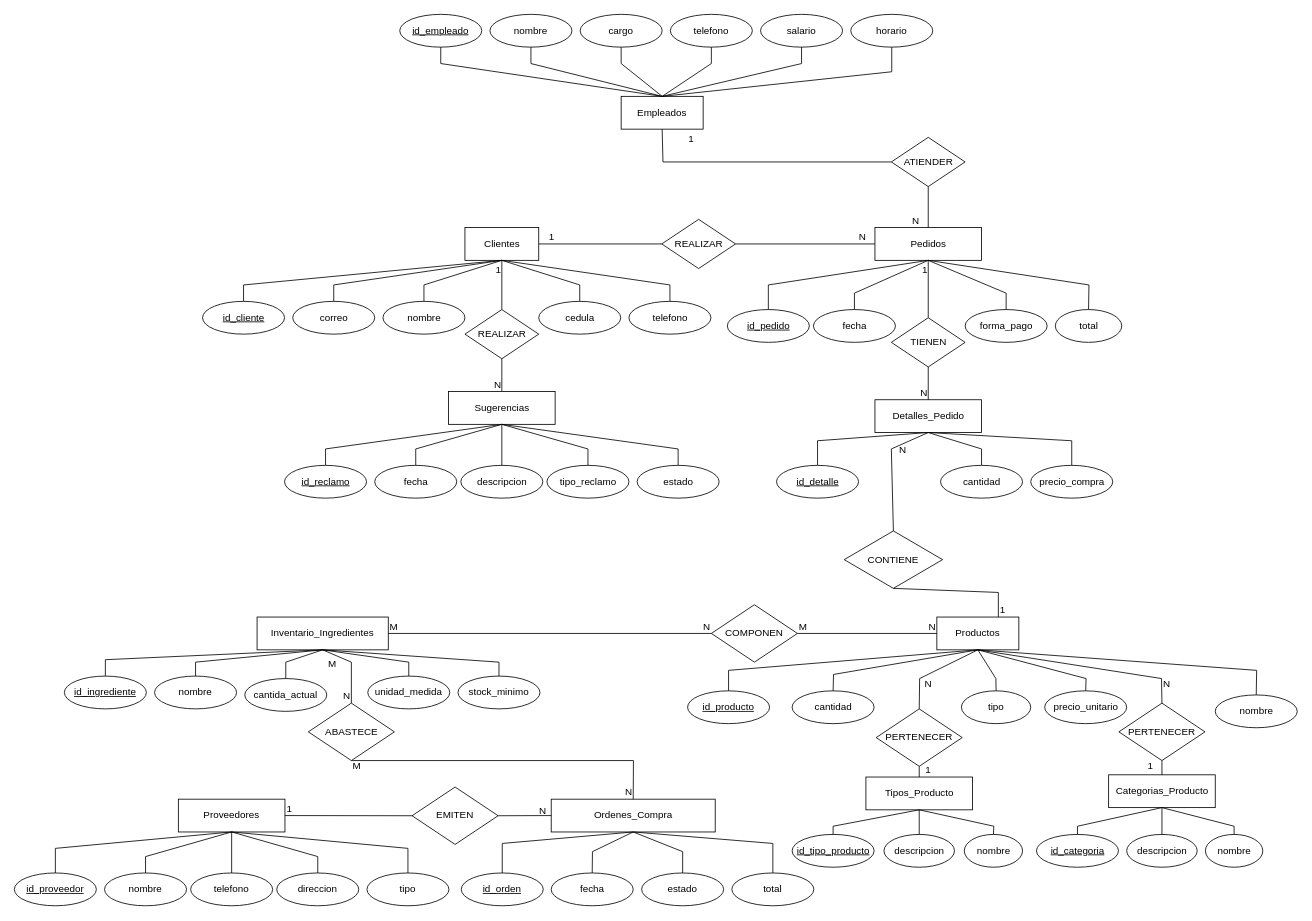
Earlier version of the draw.io diagram LABORATORIO.drawio (ByronCOR/ESTRUDATOS). Source tidied: cells renumbered, new cells numbered last; positions are measured from the earlier drawing's top-left corner, leaving out a move shared by most shapes. Both pictures are drawn from the tidied source at 82%, with x=0, y=0 at pixel (14, 14).
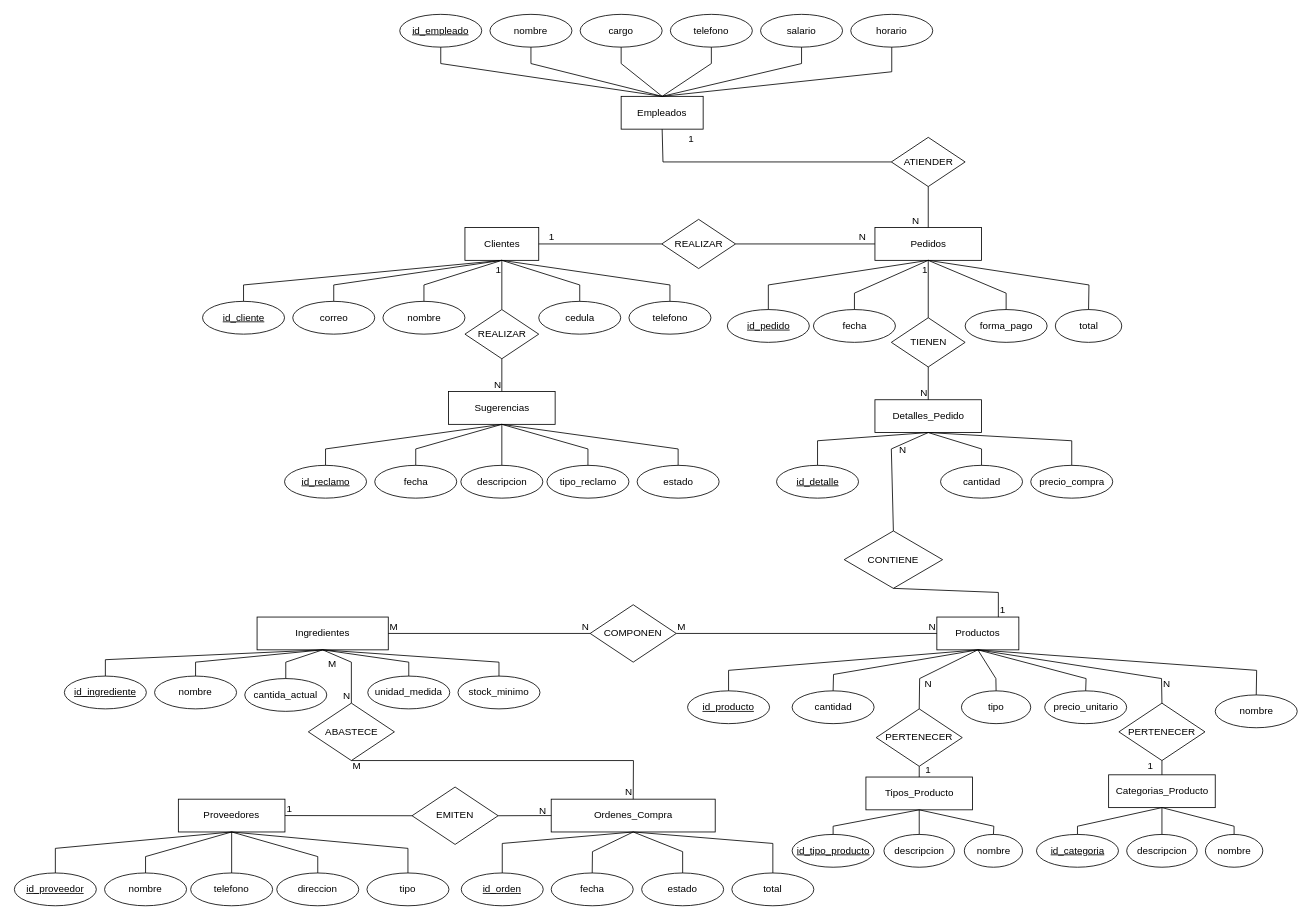
Above is the later version.

Change to the diagram source:
```diff
@@
-    <mxCell id="129" value="Inventario_Ingredientes" style="whiteSpace=wrap;html=1;align=center;" parent="1" vertex="1">
+    <mxCell id="129" value="Ingredientes" style="whiteSpace=wrap;html=1;align=center;" parent="1" vertex="1">
       <mxGeometry x="296" y="735" width="160" height="40" as="geometry" />
     </mxCell>
@@
     <mxCell id="145" value="COMPONEN" style="shape=rhombus;perimeter=rhombusPerimeter;whiteSpace=wrap;html=1;align=center;" parent="1" vertex="1">
-      <mxGeometry x="850" y="720" width="105" height="70" as="geometry" />
+      <mxGeometry x="702.2" y="720" width="105" height="70" as="geometry" />
     </mxCell>
```
